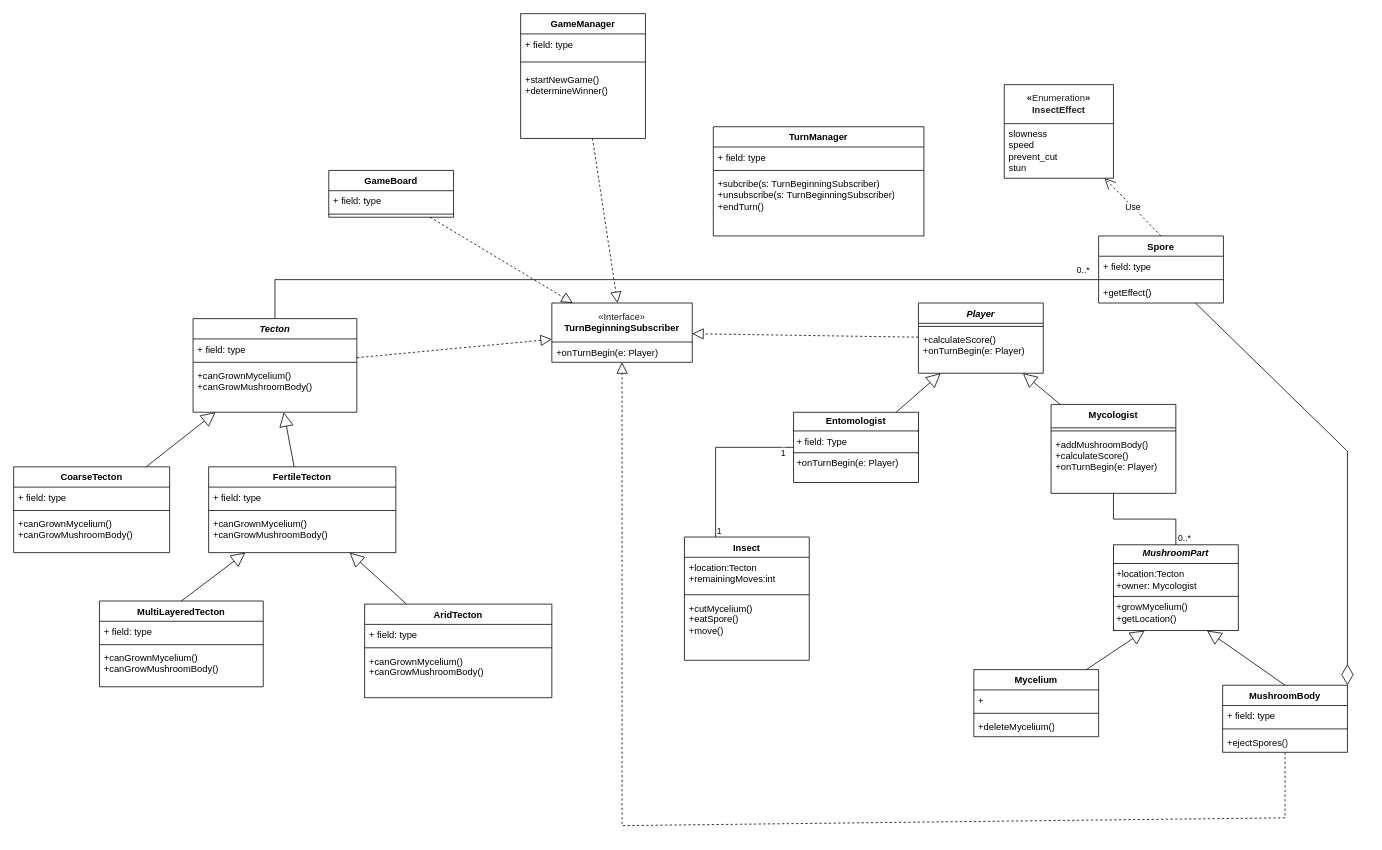
Before: Fungrorium_ClassDiagram.drawio in koharzsombor/bandITs, a draw.io diagram. Source tidied: cells renumbered, new cells numbered last; positions are measured from the earlier drawing's top-left corner, leaving out a move shared by most shapes. Both pictures are drawn from the tidied source at 78%, with x=0, y=0 at pixel (13, 13).
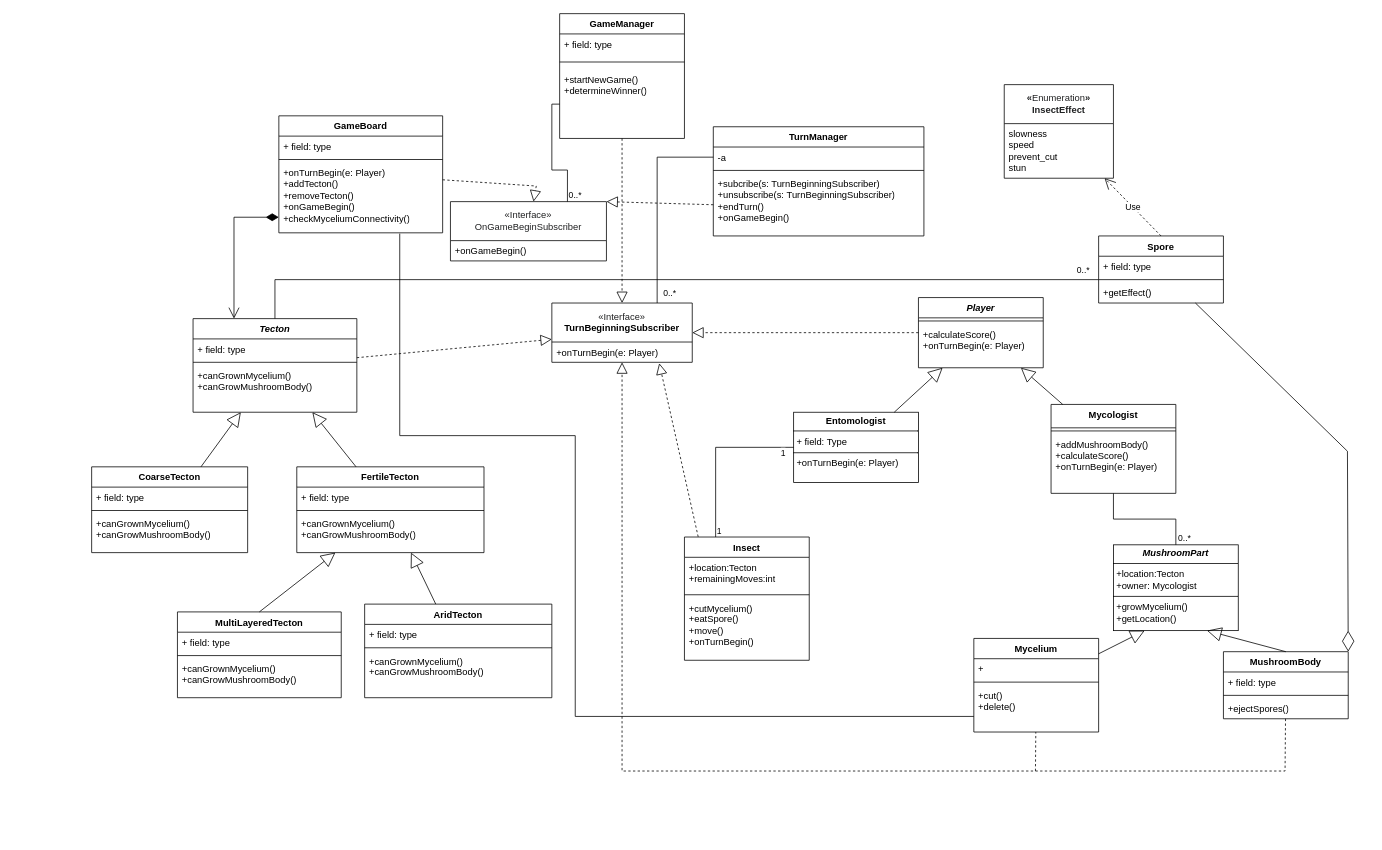
The same page after the edit.

Commit message:
#8 Diagram frissitve

Unchanged cells that the change refers to:
```xml
<mxCell id="2" value="&lt;i style=&quot;&quot;&gt;Tecton&lt;/i&gt;" style="swimlane;fontStyle=1;align=center;verticalAlign=top;horizontal=1;startSize=26;whiteSpace=wrap;html=1;" parent="1" vertex="1">
  <mxGeometry x="230" y="391" width="210" height="120" as="geometry" />
</mxCell>
<mxCell id="42" value="Insect" style="swimlane;fontStyle=1;align=center;verticalAlign=top;horizontal=1;startSize=26;whiteSpace=wrap;html=1;" parent="1" vertex="1">
  <mxGeometry x="860" y="671" width="160" height="158" as="geometry" />
</mxCell>
<mxCell id="49" value="&lt;div&gt;+startNewGame()&lt;/div&gt;&lt;div&gt;+determineWinner()&lt;/div&gt;&lt;div&gt;&lt;br&gt;&lt;/div&gt;" style="text;strokeColor=none;fillColor=none;align=left;verticalAlign=top;spacingLeft=4;spacingRight=4;overflow=hidden;points=[[0,0.5],[1,0.5]];portConstraint=eastwest;whiteSpace=wrap;html=1;" parent="46" vertex="1">
  <mxGeometry y="72" width="160" height="88" as="geometry" />
</mxCell>
<mxCell id="68" value="&lt;font style=&quot;font-weight: 700;&quot;&gt;&lt;span style=&quot;font-weight: 400; color: rgb(32, 33, 34); font-family: sans-serif; text-align: start; background-color: rgb(255, 255, 255);&quot;&gt;«&lt;/span&gt;&lt;span style=&quot;color: rgb(32, 33, 34); font-family: sans-serif; text-align: start; background-color: rgb(255, 255, 255); font-weight: 400;&quot;&gt;Interface&lt;/span&gt;&lt;span style=&quot;font-weight: 400; color: rgb(32, 33, 34); font-family: sans-serif; text-align: start; background-color: rgb(255, 255, 255);&quot;&gt;»&lt;/span&gt;&lt;/font&gt;&lt;div style=&quot;font-weight: 700; text-align: start;&quot;&gt;&lt;font face=&quot;sans-serif&quot;&gt;&lt;span style=&quot;background-color: rgb(255, 255, 255);&quot;&gt;TurnBeginningSubscriber&lt;/span&gt;&lt;/font&gt;&lt;/div&gt;" style="swimlane;fontStyle=0;horizontal=1;startSize=50;fillColor=none;whiteSpace=wrap;html=1;" parent="1" vertex="1">
  <mxGeometry x="690" y="371" width="180" height="76" as="geometry" />
</mxCell>
<mxCell id="69" value="+onTurnBegin(e: Player)" style="text;strokeColor=none;fillColor=none;align=left;verticalAlign=top;spacingLeft=4;spacingRight=4;overflow=hidden;points=[[0,0.5],[1,0.5]];portConstraint=eastwest;whiteSpace=wrap;html=1;" parent="68" vertex="1">
  <mxGeometry y="50" width="180" height="26" as="geometry" />
</mxCell>
<mxCell id="76" value="TurnManager" style="swimlane;fontStyle=1;align=center;verticalAlign=top;horizontal=1;startSize=26;whiteSpace=wrap;html=1;" parent="1" vertex="1">
  <mxGeometry x="897" y="145" width="270" height="140" as="geometry" />
</mxCell>
```

What changed in the source:
```diff
@@
     <mxCell id="6" value="CoarseTecton" style="swimlane;fontStyle=1;align=center;verticalAlign=top;horizontal=1;startSize=26;whiteSpace=wrap;html=1;" parent="1" vertex="1">
-      <mxGeometry y="581" width="200" height="110" as="geometry" />
+      <mxGeometry x="100" y="581" width="200" height="110" as="geometry" />
     </mxCell>
@@
     <mxCell id="10" value="FertileTecton" style="swimlane;fontStyle=1;align=center;verticalAlign=top;horizontal=1;startSize=26;whiteSpace=wrap;html=1;" parent="1" vertex="1">
-      <mxGeometry x="250" y="581" width="240" height="110" as="geometry" />
+      <mxGeometry x="363" y="581" width="240" height="110" as="geometry" />
     </mxCell>
@@
     <mxCell id="16" value="MultiLayeredTecton" style="swimlane;fontStyle=1;align=center;verticalAlign=top;horizontal=1;startSize=26;whiteSpace=wrap;html=1;" parent="1" vertex="1">
-      <mxGeometry x="110" y="753" width="210" height="110" as="geometry" />
+      <mxGeometry x="210" y="767" width="210" height="110" as="geometry" />
     </mxCell>
@@
     <mxCell id="28" value="Mycelium" style="swimlane;fontStyle=1;align=center;verticalAlign=top;horizontal=1;startSize=26;whiteSpace=wrap;html=1;" parent="1" vertex="1">
-      <mxGeometry x="1231" y="841" width="160" height="86" as="geometry" />
+      <mxGeometry x="1231" y="801" width="160" height="120" as="geometry" />
     </mxCell>
@@
-    <mxCell id="31" value="+deleteMycelium()" style="text;strokeColor=none;fillColor=none;align=left;verticalAlign=top;spacingLeft=4;spacingRight=4;overflow=hidden;whiteSpace=wrap;html=1;" parent="28" vertex="1">
-      <mxGeometry y="60" width="160" height="26" as="geometry" />
+    <mxCell id="31" value="&lt;div&gt;+cut()&lt;/div&gt;+delete()" style="text;strokeColor=none;fillColor=none;align=left;verticalAlign=top;spacingLeft=4;spacingRight=4;overflow=hidden;whiteSpace=wrap;html=1;" parent="28" vertex="1">
+      <mxGeometry y="60" width="160" height="60" as="geometry" />
     </mxCell>
     <mxCell id="32" value="MushroomBody" style="swimlane;fontStyle=1;align=center;verticalAlign=top;horizontal=1;startSize=26;whiteSpace=wrap;html=1;" parent="1" vertex="1">
-      <mxGeometry x="1550" y="861" width="160" height="86" as="geometry" />
+      <mxGeometry x="1551" y="818" width="160" height="86" as="geometry" />
     </mxCell>
@@
-    <mxCell id="45" value="+cutMycelium()&lt;div&gt;+eatSpore()&lt;/div&gt;&lt;div&gt;+move()&lt;/div&gt;" style="text;strokeColor=none;fillColor=none;align=left;verticalAlign=top;spacingLeft=4;spacingRight=4;overflow=hidden;whiteSpace=wrap;html=1;" parent="42" vertex="1">
+    <mxCell id="45" value="+cutMycelium()&lt;div&gt;+eatSpore()&lt;/div&gt;&lt;div&gt;+move()&lt;/div&gt;&lt;div&gt;+onTurnBegin()&lt;/div&gt;" style="text;strokeColor=none;fillColor=none;align=left;verticalAlign=top;spacingLeft=4;spacingRight=4;overflow=hidden;whiteSpace=wrap;html=1;" parent="42" vertex="1">
       <mxGeometry y="78" width="160" height="80" as="geometry" />
     </mxCell>
     <mxCell id="46" value="GameManager" style="swimlane;fontStyle=1;align=center;verticalAlign=top;horizontal=1;startSize=26;whiteSpace=wrap;html=1;" parent="1" vertex="1">
-      <mxGeometry x="650" width="160" height="160" as="geometry" />
+      <mxGeometry x="700" width="160" height="160" as="geometry" />
     </mxCell>
@@
-    <mxCell id="50" value="GameBoard" style="swimlane;fontStyle=1;align=center;verticalAlign=top;horizontal=1;startSize=26;whiteSpace=wrap;html=1;" parent="1" vertex="1">
-      <mxGeometry x="404" y="201" width="160" height="60" as="geometry" />
-    </mxCell>
-    <mxCell id="51" value="+ field: type" style="text;strokeColor=none;fillColor=none;align=left;verticalAlign=top;spacingLeft=4;spacingRight=4;overflow=hidden;whiteSpace=wrap;html=1;" parent="50" vertex="1">
-      <mxGeometry y="26" width="160" height="26" as="geometry" />
-    </mxCell>
-    <mxCell id="52" style="line;strokeWidth=1;fillColor=none;align=left;verticalAlign=middle;spacingTop=-1;spacingLeft=3;spacingRight=3;labelPosition=right;strokeColor=inherit;" parent="50" vertex="1">
-      <mxGeometry y="52" width="160" height="8" as="geometry" />
-    </mxCell>
@@
     <mxCell id="54" value="&lt;div&gt;&lt;i style=&quot;background-color: transparent; color: light-dark(rgb(0, 0, 0), rgb(255, 255, 255));&quot;&gt;Player&lt;/i&gt;&lt;/div&gt;" style="swimlane;fontStyle=1;align=center;verticalAlign=top;horizontal=1;startSize=26;whiteSpace=wrap;html=1;" parent="1" vertex="1">
-      <mxGeometry x="1160" y="371" width="160" height="90" as="geometry" />
+      <mxGeometry x="1160" y="364" width="160" height="90" as="geometry" />
     </mxCell>
@@
-    <mxCell id="70" style="endArrow=block;dashed=1;endFill=0;endSize=12;html=1;rounded=0;" parent="1" edge="1" source="54" target="68">
+    <mxCell id="70" style="endArrow=block;dashed=1;endFill=0;endSize=12;html=1;rounded=0;entryX=1;entryY=0.5;entryDx=0;entryDy=0;" parent="1" edge="1" source="54" target="68">
       <mxGeometry relative="1" as="geometry" />
     </mxCell>
@@
-    <mxCell id="72" style="endArrow=block;dashed=1;endFill=0;endSize=12;html=1;rounded=0;" parent="1" edge="1" source="50" target="68">
-      <mxGeometry relative="1" as="geometry" />
-    </mxCell>
     <mxCell id="73" style="endArrow=block;dashed=1;endFill=0;endSize=12;html=1;rounded=0;" parent="1" edge="1" source="32" target="68">
       <mxGeometry relative="1" as="geometry">
         <Array as="points">
-          <mxPoint x="1630" y="1031" />
-          <mxPoint x="780" y="1041" />
+          <mxPoint x="1630" y="971" />
+          <mxPoint x="1210" y="971" />
+          <mxPoint x="780" y="971" />
         </Array>
       </mxGeometry>
     </mxCell>
@@
-    <mxCell id="77" value="+ field: type" style="text;strokeColor=none;fillColor=none;align=left;verticalAlign=top;spacingLeft=4;spacingRight=4;overflow=hidden;points=[[0,0.5],[1,0.5]];portConstraint=eastwest;whiteSpace=wrap;html=1;" parent="76" vertex="1">
+    <mxCell id="77" value="-a" style="text;strokeColor=none;fillColor=none;align=left;verticalAlign=top;spacingLeft=4;spacingRight=4;overflow=hidden;points=[[0,0.5],[1,0.5]];portConstraint=eastwest;whiteSpace=wrap;html=1;" parent="76" vertex="1">
       <mxGeometry y="26" width="270" height="26" as="geometry" />
     </mxCell>
@@
-    <mxCell id="79" value="+subcribe(s: TurnBeginningSubscriber)&lt;div&gt;+unsubscribe(s:&amp;nbsp;&lt;span style=&quot;background-color: transparent; color: light-dark(rgb(0, 0, 0), rgb(255, 255, 255));&quot;&gt;TurnBeginningSubscriber)&lt;/span&gt;&lt;/div&gt;&lt;div&gt;&lt;span style=&quot;background-color: transparent; color: light-dark(rgb(0, 0, 0), rgb(255, 255, 255));&quot;&gt;+endTurn()&lt;/span&gt;&lt;/div&gt;" style="text;strokeColor=none;fillColor=none;align=left;verticalAlign=top;spacingLeft=4;spacingRight=4;overflow=hidden;points=[[0,0.5],[1,0.5]];portConstraint=eastwest;whiteSpace=wrap;html=1;" parent="76" vertex="1">
+    <mxCell id="79" value="+subcribe(s: TurnBeginningSubscriber)&lt;div&gt;+unsubscribe(s:&amp;nbsp;&lt;span style=&quot;background-color: transparent; color: light-dark(rgb(0, 0, 0), rgb(255, 255, 255));&quot;&gt;TurnBeginningSubscriber)&lt;/span&gt;&lt;/div&gt;&lt;div&gt;&lt;span style=&quot;background-color: transparent; color: light-dark(rgb(0, 0, 0), rgb(255, 255, 255));&quot;&gt;+endTurn()&lt;/span&gt;&lt;/div&gt;&lt;div&gt;&lt;span style=&quot;background-color: transparent; color: light-dark(rgb(0, 0, 0), rgb(255, 255, 255));&quot;&gt;+onGameBegin()&lt;/span&gt;&lt;/div&gt;" style="text;strokeColor=none;fillColor=none;align=left;verticalAlign=top;spacingLeft=4;spacingRight=4;overflow=hidden;points=[[0,0.5],[1,0.5]];portConstraint=eastwest;whiteSpace=wrap;html=1;" parent="76" vertex="1">
       <mxGeometry y="60" width="270" height="80" as="geometry" />
     </mxCell>
@@
+    <mxCell id="84" style="endArrow=none;html=1;edgeStyle=orthogonalEdgeStyle;rounded=0;exitX=0.75;exitY=0;exitDx=0;exitDy=0;" parent="1" edge="1" source="68" target="77">
+      <mxGeometry relative="1" as="geometry" />
+    </mxCell>
+    <mxCell id="85" value="0..*" style="edgeLabel;html=1;align=center;verticalAlign=middle;" parent="84" vertex="1">
+      <mxGeometry x="-0.9" y="1" relative="1" as="geometry">
+        <mxPoint x="16" as="offset" />
+      </mxGeometry>
+    </mxCell>
+    <mxCell id="50" value="GameBoard" style="swimlane;fontStyle=1;align=center;verticalAlign=top;horizontal=1;startSize=26;whiteSpace=wrap;html=1;" parent="1" vertex="1">
+      <mxGeometry x="340" y="131" width="210" height="150" as="geometry" />
+    </mxCell>
+    <mxCell id="51" value="+ field: type" style="text;strokeColor=none;fillColor=none;align=left;verticalAlign=top;spacingLeft=4;spacingRight=4;overflow=hidden;whiteSpace=wrap;html=1;" parent="50" vertex="1">
+      <mxGeometry y="26" width="210" height="26" as="geometry" />
+    </mxCell>
+    <mxCell id="86" style="line;strokeWidth=1;fillColor=none;align=left;verticalAlign=middle;spacingTop=-1;spacingLeft=3;spacingRight=3;labelPosition=right;strokeColor=inherit;" parent="50" vertex="1">
+      <mxGeometry y="52" width="210" height="8" as="geometry" />
+    </mxCell>
+    <mxCell id="87" value="+onTurnBegin(e: Player)&lt;div&gt;+addTecton()&lt;/div&gt;&lt;div&gt;+removeTecton()&lt;/div&gt;&lt;div&gt;+onGameBegin()&lt;/div&gt;&lt;div&gt;+checkMyceliumConnectivity()&lt;/div&gt;" style="text;strokeColor=none;fillColor=none;align=left;verticalAlign=top;spacingLeft=4;spacingRight=4;overflow=hidden;whiteSpace=wrap;html=1;" parent="50" vertex="1">
+      <mxGeometry y="60" width="210" height="90" as="geometry" />
+    </mxCell>
+    <mxCell id="88" style="endArrow=open;html=1;endSize=12;startArrow=diamondThin;startSize=14;startFill=1;edgeStyle=orthogonalEdgeStyle;align=left;verticalAlign=bottom;rounded=0;entryX=0.25;entryY=0;entryDx=0;entryDy=0;" parent="1" edge="1" source="50" target="2">
+      <mxGeometry x="-1" y="3" relative="1" as="geometry">
+        <Array as="points">
+          <mxPoint x="283" y="261" />
+        </Array>
+      </mxGeometry>
+    </mxCell>
+    <mxCell id="89" style="endArrow=none;dashed=1;html=1;rounded=0;" parent="1" edge="1" target="28">
+      <mxGeometry relative="1" as="geometry">
+        <mxPoint x="1310" y="971" as="sourcePoint" />
+      </mxGeometry>
+    </mxCell>
+    <mxCell id="90" value="&lt;font style=&quot;font-weight: 700;&quot;&gt;&lt;span style=&quot;font-weight: 400; color: rgb(32, 33, 34); font-family: sans-serif; text-align: start; background-color: rgb(255, 255, 255);&quot;&gt;«&lt;/span&gt;&lt;span style=&quot;color: rgb(32, 33, 34); font-family: sans-serif; text-align: start; background-color: rgb(255, 255, 255); font-weight: 400;&quot;&gt;Interface&lt;/span&gt;&lt;span style=&quot;font-weight: 400; color: rgb(32, 33, 34); font-family: sans-serif; text-align: start; background-color: rgb(255, 255, 255);&quot;&gt;»&lt;/span&gt;&lt;/font&gt;&lt;div&gt;&lt;font style=&quot;font-weight: 700;&quot;&gt;&lt;span style=&quot;font-weight: 400; color: rgb(32, 33, 34); font-family: sans-serif; text-align: start; background-color: rgb(255, 255, 255);&quot;&gt;OnGameBeginSubscriber&lt;/span&gt;&lt;/font&gt;&lt;/div&gt;" style="swimlane;fontStyle=0;horizontal=1;startSize=50;fillColor=none;whiteSpace=wrap;html=1;" parent="1" vertex="1">
+      <mxGeometry x="560" y="241" width="200" height="76" as="geometry" />
+    </mxCell>
+    <mxCell id="91" value="+onGameBegin()" style="text;strokeColor=none;fillColor=none;align=left;verticalAlign=top;spacingLeft=4;spacingRight=4;overflow=hidden;whiteSpace=wrap;html=1;" parent="90" vertex="1">
+      <mxGeometry y="50" width="200" height="26" as="geometry" />
+    </mxCell>
+    <mxCell id="92" style="endArrow=block;dashed=1;endFill=0;endSize=12;html=1;rounded=0;" parent="1" edge="1" source="50" target="90">
+      <mxGeometry relative="1" as="geometry">
+        <Array as="points">
+          <mxPoint x="670" y="221" />
+        </Array>
+      </mxGeometry>
+    </mxCell>
+    <mxCell id="93" style="endArrow=block;dashed=1;endFill=0;endSize=12;html=1;rounded=0;exitX=0;exitY=0.5;exitDx=0;exitDy=0;entryX=1;entryY=0;entryDx=0;entryDy=0;" parent="1" edge="1" source="79" target="90">
+      <mxGeometry relative="1" as="geometry" />
+    </mxCell>
+    <mxCell id="94" style="endArrow=none;html=1;edgeStyle=orthogonalEdgeStyle;rounded=0;exitX=0.75;exitY=0;exitDx=0;exitDy=0;entryX=0;entryY=0.5;entryDx=0;entryDy=0;" parent="1" edge="1" source="90" target="49">
+      <mxGeometry relative="1" as="geometry" />
+    </mxCell>
+    <mxCell id="95" value="0..*" style="edgeLabel;html=1;align=left;verticalAlign=bottom;" parent="94" vertex="1">
+      <mxGeometry x="-1" relative="1" as="geometry" />
+    </mxCell>
+    <mxCell id="96" style="endArrow=none;html=1;edgeStyle=orthogonalEdgeStyle;rounded=0;" parent="1" edge="1" target="28">
+      <mxGeometry relative="1" as="geometry">
+        <mxPoint x="495" y="282" as="sourcePoint" />
+        <Array as="points">
+          <mxPoint x="495" y="541" />
+          <mxPoint x="720" y="541" />
+          <mxPoint x="720" y="901" />
+        </Array>
+      </mxGeometry>
+    </mxCell>
+    <mxCell id="97" style="endArrow=block;dashed=1;endFill=0;endSize=12;html=1;rounded=0;exitX=0.11;exitY=-0.002;exitDx=0;exitDy=0;entryX=0.765;entryY=1.045;entryDx=0;entryDy=0;entryPerimeter=0;exitPerimeter=0;" parent="1" edge="1" source="42" target="69">
+      <mxGeometry relative="1" as="geometry" />
+    </mxCell>
```
